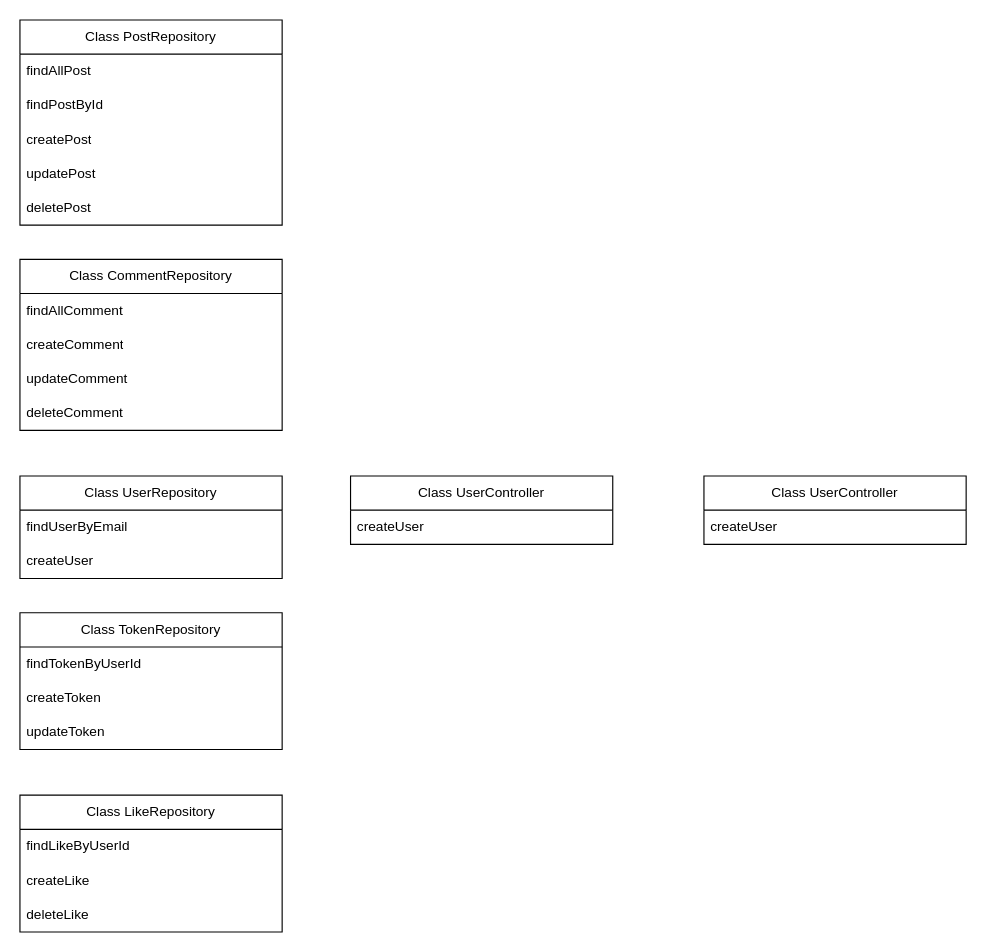
Above: class.drawio in Hangju0610/hanghae99_Lv5_test (draw.io), before the change. Source tidied: cells renumbered, new cells numbered last; positions are measured from the earlier drawing's top-left corner, leaving out a move shared by most shapes. Both pictures are drawn from the tidied source at 114%, with x=0, y=0 at pixel (19, 19).
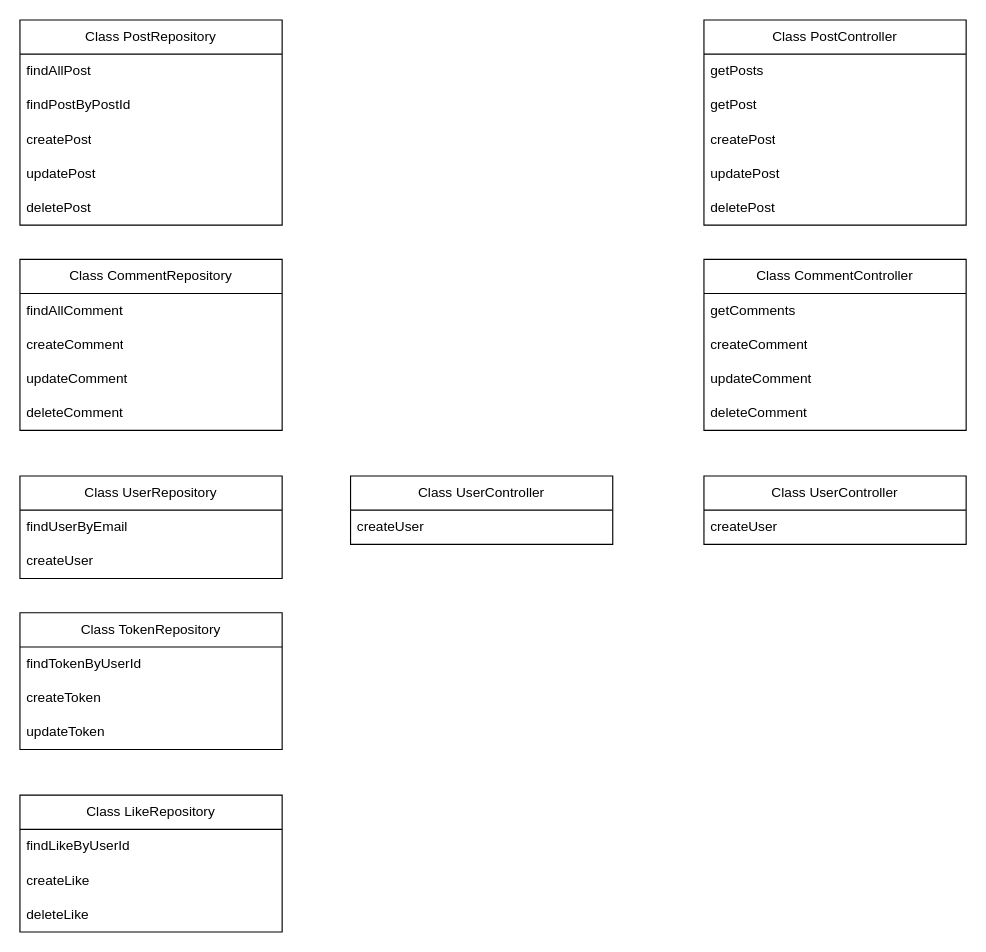
Above is the later version.

Unchanged cells that the change refers to:
```xml
<mxCell id="2" value="Class PostRepository" style="swimlane;fontStyle=0;horizontal=1;startSize=30;whiteSpace=wrap;html=1;" parent="1" vertex="1">
  <mxGeometry width="230" height="180" as="geometry" />
</mxCell>
```

What changed in the source:
```diff
@@
-    <mxCell id="4" value="findPostById" style="text;strokeColor=none;fillColor=none;align=left;verticalAlign=middle;spacingLeft=4;spacingRight=4;overflow=hidden;whiteSpace=wrap;html=1;" parent="2" vertex="1">
+    <mxCell id="4" value="findPostByPostId" style="text;strokeColor=none;fillColor=none;align=left;verticalAlign=middle;spacingLeft=4;spacingRight=4;overflow=hidden;whiteSpace=wrap;html=1;" parent="2" vertex="1">
       <mxGeometry y="60" width="230" height="30" as="geometry" />
     </mxCell>
@@
+    <mxCell id="28" value="Class PostController" style="swimlane;fontStyle=0;horizontal=1;startSize=30;whiteSpace=wrap;html=1;" parent="1" vertex="1">
+      <mxGeometry x="600" width="230" height="180" as="geometry" />
+    </mxCell>
+    <mxCell id="29" value="getPosts" style="text;strokeColor=none;fillColor=none;align=left;verticalAlign=middle;spacingLeft=4;spacingRight=4;overflow=hidden;whiteSpace=wrap;html=1;" parent="28" vertex="1">
+      <mxGeometry y="30" width="230" height="30" as="geometry" />
+    </mxCell>
+    <mxCell id="30" value="getPost" style="text;strokeColor=none;fillColor=none;align=left;verticalAlign=middle;spacingLeft=4;spacingRight=4;overflow=hidden;whiteSpace=wrap;html=1;" parent="28" vertex="1">
+      <mxGeometry y="60" width="230" height="30" as="geometry" />
+    </mxCell>
+    <mxCell id="31" value="createPost" style="text;strokeColor=none;fillColor=none;align=left;verticalAlign=middle;spacingLeft=4;spacingRight=4;overflow=hidden;whiteSpace=wrap;html=1;" parent="28" vertex="1">
+      <mxGeometry y="90" width="230" height="30" as="geometry" />
+    </mxCell>
+    <mxCell id="32" value="updatePost" style="text;strokeColor=none;fillColor=none;align=left;verticalAlign=middle;spacingLeft=4;spacingRight=4;overflow=hidden;whiteSpace=wrap;html=1;" parent="28" vertex="1">
+      <mxGeometry y="120" width="230" height="30" as="geometry" />
+    </mxCell>
+    <mxCell id="33" value="deletePost" style="text;strokeColor=none;fillColor=none;align=left;verticalAlign=middle;spacingLeft=4;spacingRight=4;overflow=hidden;whiteSpace=wrap;html=1;" parent="28" vertex="1">
+      <mxGeometry y="150" width="230" height="30" as="geometry" />
+    </mxCell>
+    <mxCell id="34" value="Class CommentController" style="swimlane;fontStyle=0;horizontal=1;startSize=30;whiteSpace=wrap;html=1;" parent="1" vertex="1">
+      <mxGeometry x="600" y="210" width="230" height="150" as="geometry" />
+    </mxCell>
+    <mxCell id="35" value="getComments" style="text;strokeColor=none;fillColor=none;align=left;verticalAlign=middle;spacingLeft=4;spacingRight=4;overflow=hidden;whiteSpace=wrap;html=1;" parent="34" vertex="1">
+      <mxGeometry y="30" width="230" height="30" as="geometry" />
+    </mxCell>
+    <mxCell id="36" value="createComment" style="text;strokeColor=none;fillColor=none;align=left;verticalAlign=middle;spacingLeft=4;spacingRight=4;overflow=hidden;whiteSpace=wrap;html=1;" parent="34" vertex="1">
+      <mxGeometry y="60" width="230" height="30" as="geometry" />
+    </mxCell>
+    <mxCell id="37" value="updateComment" style="text;strokeColor=none;fillColor=none;align=left;verticalAlign=middle;spacingLeft=4;spacingRight=4;overflow=hidden;whiteSpace=wrap;html=1;" parent="34" vertex="1">
+      <mxGeometry y="90" width="230" height="30" as="geometry" />
+    </mxCell>
+    <mxCell id="38" value="deleteComment" style="text;strokeColor=none;fillColor=none;align=left;verticalAlign=middle;spacingLeft=4;spacingRight=4;overflow=hidden;whiteSpace=wrap;html=1;" parent="34" vertex="1">
+      <mxGeometry y="120" width="230" height="30" as="geometry" />
+    </mxCell>
```
